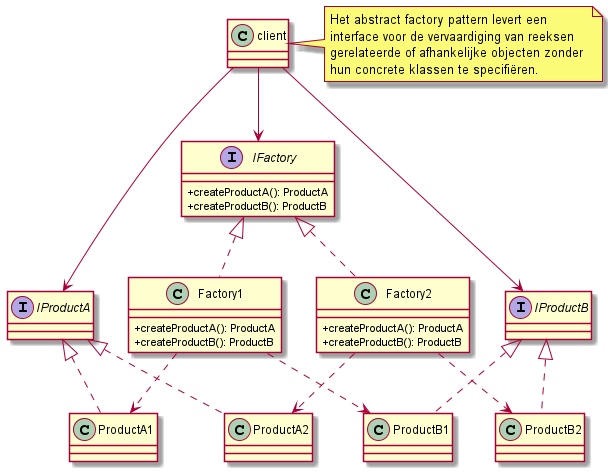
Kaguya268/Kaguya268.github.io keeps this PlantUML diagram as img/img2/Abstract Factory.png. Above is the earlier version.
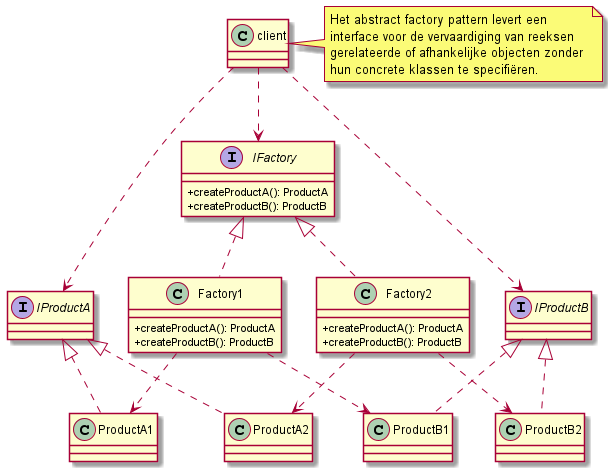
Above is the later version.

What changed in the source:
```diff
@@ -20,9 +20,9 @@
 class ProductB1{}
 class ProductB2{}
 
-client --> IFactory
-client --> IProductA
-client --> IProductB
+client ..> IFactory
+client ..> IProductA
+client ..> IProductB
 IFactory <|.. Factory1
 IFactory <|.. Factory2
 Factory1 ..> ProductA1
```
